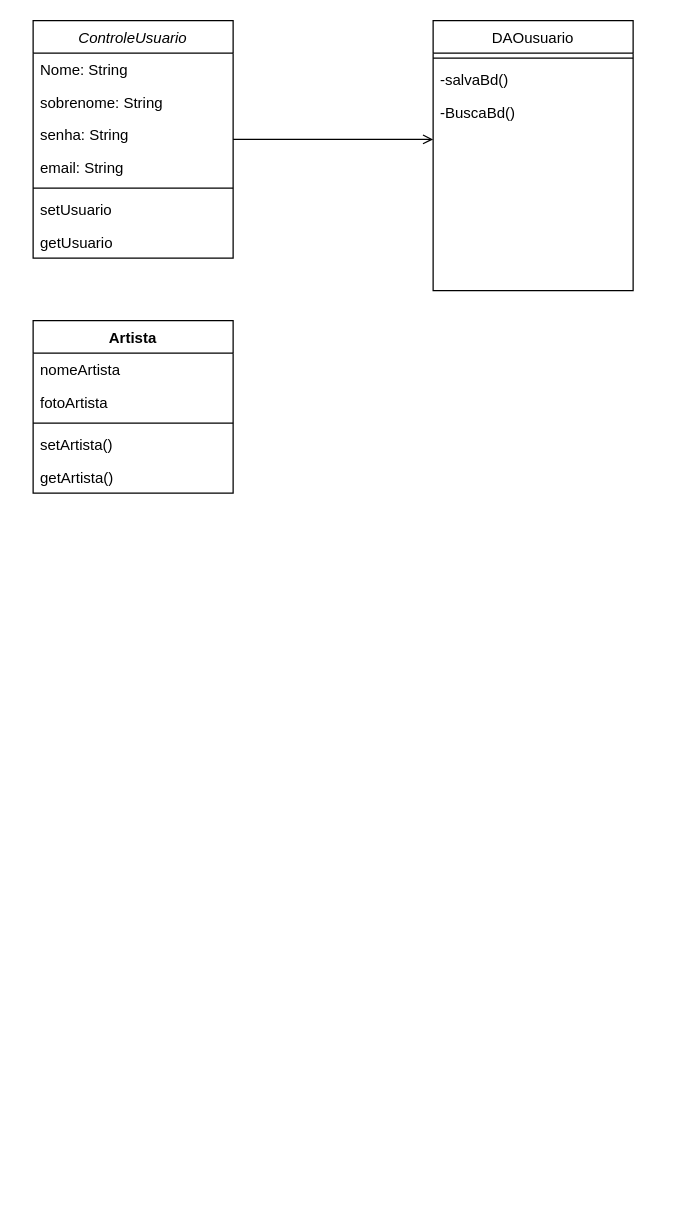
Earlier version of the draw.io diagram Untitled_Diagram.drawio (EAbeier/diagramacasouso). Source tidied: cells renumbered, new cells numbered last; positions are measured from the earlier drawing's top-left corner, leaving out a move shared by most shapes. Both pictures are drawn from the tidied source at 125%, with x=0, y=0 at pixel (32, 20).
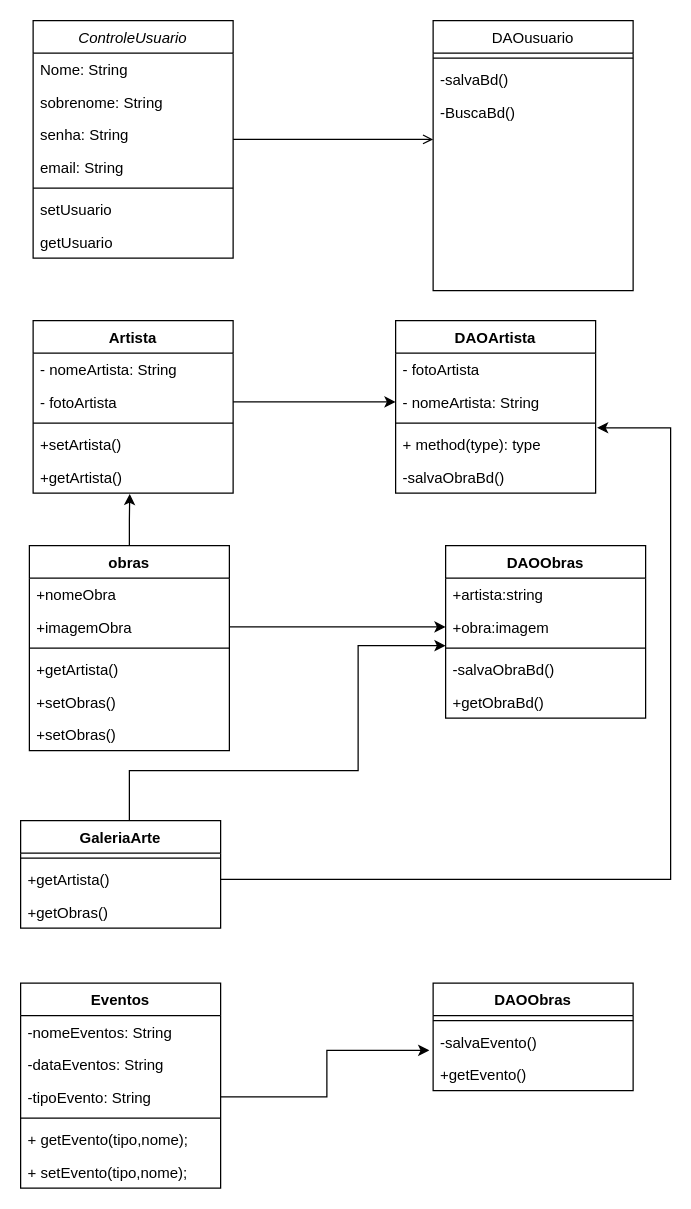
After the change.

The change refers to these unchanged cells:
```xml
<mxCell id="15" value="Artista" style="swimlane;fontStyle=1;align=center;verticalAlign=top;horizontal=1;startSize=26;" parent="1" vertex="1">
  <mxGeometry y="240" width="160" height="138" as="geometry" />
</mxCell>
```

The edit, as a diff of the source:
```diff
@@
-    <mxCell id="16" value="nomeArtista" style="text;strokeColor=none;fillColor=none;align=left;verticalAlign=top;spacingLeft=4;spacingRight=4;overflow=hidden;" parent="15" vertex="1">
+    <mxCell id="16" value="- nomeArtista: String" style="text;strokeColor=none;fillColor=none;align=left;verticalAlign=top;spacingLeft=4;spacingRight=4;overflow=hidden;" parent="15" vertex="1">
       <mxGeometry y="26" width="160" height="26" as="geometry" />
     </mxCell>
-    <mxCell id="17" value="fotoArtista" style="text;strokeColor=none;fillColor=none;align=left;verticalAlign=top;spacingLeft=4;spacingRight=4;overflow=hidden;" parent="15" vertex="1">
-      <mxGeometry y="52" width="160" height="26" as="geometry" />
-    </mxCell>
+    <mxCell id="21" value="- fotoArtista" style="text;strokeColor=none;fillColor=none;align=left;verticalAlign=top;spacingLeft=4;spacingRight=4;overflow=hidden;points=[[0,0.5],[1,0.5]];portConstraint=eastwest;" parent="15" vertex="1">
+      <mxGeometry y="52" width="160" height="26" as="geometry" />
+    </mxCell>
@@
-    <mxCell id="19" value="setArtista()" style="text;strokeColor=none;fillColor=none;align=left;verticalAlign=top;spacingLeft=4;spacingRight=4;overflow=hidden;" parent="15" vertex="1">
+    <mxCell id="19" value="+setArtista()" style="text;strokeColor=none;fillColor=none;align=left;verticalAlign=top;spacingLeft=4;spacingRight=4;overflow=hidden;" parent="15" vertex="1">
       <mxGeometry y="86" width="160" height="26" as="geometry" />
     </mxCell>
-    <mxCell id="20" value="getArtista()" style="text;strokeColor=none;fillColor=none;align=left;verticalAlign=top;spacingLeft=4;spacingRight=4;overflow=hidden;points=[[0,0.5],[1,0.5]];portConstraint=eastwest;" parent="15" vertex="1">
+    <mxCell id="20" value="+getArtista()" style="text;strokeColor=none;fillColor=none;align=left;verticalAlign=top;spacingLeft=4;spacingRight=4;overflow=hidden;points=[[0,0.5],[1,0.5]];portConstraint=eastwest;" parent="15" vertex="1">
       <mxGeometry y="112" width="160" height="26" as="geometry" />
     </mxCell>
+    <mxCell id="22" style="edgeStyle=orthogonalEdgeStyle;rounded=0;jettySize=auto;html=1;entryX=0.483;entryY=1.024;entryDx=0;entryDy=0;entryPerimeter=0;" parent="1" edge="1" source="23" target="20">
+      <mxGeometry relative="1" as="geometry" />
+    </mxCell>
+    <mxCell id="23" value="obras" style="swimlane;fontStyle=1;align=center;verticalAlign=top;horizontal=1;startSize=26;" parent="1" vertex="1">
+      <mxGeometry x="-3" y="420" width="160" height="164" as="geometry" />
+    </mxCell>
+    <mxCell id="24" value="+nomeObra" style="text;strokeColor=none;fillColor=none;align=left;verticalAlign=top;spacingLeft=4;spacingRight=4;overflow=hidden;" parent="23" vertex="1">
+      <mxGeometry y="26" width="160" height="26" as="geometry" />
+    </mxCell>
+    <mxCell id="25" value="+imagemObra" style="text;strokeColor=none;fillColor=none;align=left;verticalAlign=top;spacingLeft=4;spacingRight=4;overflow=hidden;points=[[0,0.5],[1,0.5]];portConstraint=eastwest;" parent="23" vertex="1">
+      <mxGeometry y="52" width="160" height="26" as="geometry" />
+    </mxCell>
+    <mxCell id="26" style="line;strokeWidth=1;fillColor=none;align=left;verticalAlign=middle;spacingTop=-1;spacingLeft=3;spacingRight=3;labelPosition=right;" parent="23" vertex="1">
+      <mxGeometry y="78" width="160" height="8" as="geometry" />
+    </mxCell>
+    <mxCell id="27" value="+getArtista()&#10;" style="text;strokeColor=none;fillColor=none;align=left;verticalAlign=top;spacingLeft=4;spacingRight=4;overflow=hidden;" parent="23" vertex="1">
+      <mxGeometry y="86" width="160" height="26" as="geometry" />
+    </mxCell>
+    <mxCell id="28" value="+setObras()" style="text;strokeColor=none;fillColor=none;align=left;verticalAlign=top;spacingLeft=4;spacingRight=4;overflow=hidden;" parent="23" vertex="1">
+      <mxGeometry y="112" width="160" height="26" as="geometry" />
+    </mxCell>
+    <mxCell id="29" value="+setObras()&#10;" style="text;strokeColor=none;fillColor=none;align=left;verticalAlign=top;spacingLeft=4;spacingRight=4;overflow=hidden;" parent="23" vertex="1">
+      <mxGeometry y="138" width="160" height="26" as="geometry" />
+    </mxCell>
+    <mxCell id="30" style="edgeStyle=orthogonalEdgeStyle;rounded=0;jettySize=auto;html=1;entryX=0;entryY=1.077;entryDx=0;entryDy=0;entryPerimeter=0;" parent="1" edge="1" source="38" target="44">
+      <mxGeometry relative="1" as="geometry">
+        <Array as="points">
+          <mxPoint x="77" y="600" />
+          <mxPoint x="260" y="600" />
+          <mxPoint x="260" y="500" />
+        </Array>
+      </mxGeometry>
+    </mxCell>
+    <mxCell id="31" style="edgeStyle=orthogonalEdgeStyle;rounded=0;jettySize=auto;html=1;" parent="1" edge="1" source="25" target="44">
+      <mxGeometry relative="1" as="geometry" />
+    </mxCell>
+    <mxCell id="32" style="edgeStyle=orthogonalEdgeStyle;rounded=0;jettySize=auto;html=1;" parent="1" edge="1" source="21" target="34">
+      <mxGeometry relative="1" as="geometry" />
+    </mxCell>
+    <mxCell id="33" value="DAOArtista" style="swimlane;fontStyle=1;align=center;verticalAlign=top;horizontal=1;startSize=26;" parent="1" vertex="1">
+      <mxGeometry x="290" y="240" width="160" height="138" as="geometry" />
+    </mxCell>
+    <mxCell id="17" value="- fotoArtista" style="text;strokeColor=none;fillColor=none;align=left;verticalAlign=top;spacingLeft=4;spacingRight=4;overflow=hidden;" parent="33" vertex="1">
+      <mxGeometry y="26" width="160" height="26" as="geometry" />
+    </mxCell>
+    <mxCell id="34" value="- nomeArtista: String" style="text;strokeColor=none;fillColor=none;align=left;verticalAlign=top;spacingLeft=4;spacingRight=4;overflow=hidden;points=[[0,0.5],[1,0.5]];portConstraint=eastwest;" parent="33" vertex="1">
+      <mxGeometry y="52" width="160" height="26" as="geometry" />
+    </mxCell>
+    <mxCell id="35" style="line;strokeWidth=1;fillColor=none;align=left;verticalAlign=middle;spacingTop=-1;spacingLeft=3;spacingRight=3;labelPosition=right;" parent="33" vertex="1">
+      <mxGeometry y="78" width="160" height="8" as="geometry" />
+    </mxCell>
+    <mxCell id="36" value="+ method(type): type" style="text;strokeColor=none;fillColor=none;align=left;verticalAlign=top;spacingLeft=4;spacingRight=4;overflow=hidden;points=[[0,0.5],[1,0.5]];portConstraint=eastwest;" parent="33" vertex="1">
+      <mxGeometry y="86" width="160" height="26" as="geometry" />
+    </mxCell>
+    <mxCell id="37" value="-salvaObraBd()" style="text;strokeColor=none;fillColor=none;align=left;verticalAlign=top;spacingLeft=4;spacingRight=4;overflow=hidden;" parent="33" vertex="1">
+      <mxGeometry y="112" width="160" height="26" as="geometry" />
+    </mxCell>
+    <mxCell id="38" value="GaleriaArte" style="swimlane;fontStyle=1;align=center;verticalAlign=top;horizontal=1;startSize=26;" parent="1" vertex="1">
+      <mxGeometry x="-10" y="640" width="160" height="86" as="geometry" />
+    </mxCell>
+    <mxCell id="39" style="line;strokeWidth=1;fillColor=none;align=left;verticalAlign=middle;spacingTop=-1;spacingLeft=3;spacingRight=3;labelPosition=right;" parent="38" vertex="1">
+      <mxGeometry y="26" width="160" height="8" as="geometry" />
+    </mxCell>
+    <mxCell id="40" value="+getArtista()" style="text;strokeColor=none;fillColor=none;align=left;verticalAlign=top;spacingLeft=4;spacingRight=4;overflow=hidden;points=[[0,0.5],[1,0.5]];portConstraint=eastwest;" parent="38" vertex="1">
+      <mxGeometry y="34" width="160" height="26" as="geometry" />
+    </mxCell>
+    <mxCell id="41" value="+getObras()" style="text;strokeColor=none;fillColor=none;align=left;verticalAlign=top;spacingLeft=4;spacingRight=4;overflow=hidden;" parent="38" vertex="1">
+      <mxGeometry y="60" width="160" height="26" as="geometry" />
+    </mxCell>
+    <mxCell id="42" value="DAOObras" style="swimlane;fontStyle=1;align=center;verticalAlign=top;horizontal=1;startSize=26;" parent="1" vertex="1">
+      <mxGeometry x="330" y="420" width="160" height="138" as="geometry" />
+    </mxCell>
+    <mxCell id="43" value="+artista:string" style="text;strokeColor=none;fillColor=none;align=left;verticalAlign=top;spacingLeft=4;spacingRight=4;overflow=hidden;" parent="42" vertex="1">
+      <mxGeometry y="26" width="160" height="26" as="geometry" />
+    </mxCell>
+    <mxCell id="44" value="+obra:imagem" style="text;strokeColor=none;fillColor=none;align=left;verticalAlign=top;spacingLeft=4;spacingRight=4;overflow=hidden;points=[[0,0.5],[1,0.5]];portConstraint=eastwest;" parent="42" vertex="1">
+      <mxGeometry y="52" width="160" height="26" as="geometry" />
+    </mxCell>
+    <mxCell id="45" style="line;strokeWidth=1;fillColor=none;align=left;verticalAlign=middle;spacingTop=-1;spacingLeft=3;spacingRight=3;labelPosition=right;" parent="42" vertex="1">
+      <mxGeometry y="78" width="160" height="8" as="geometry" />
+    </mxCell>
+    <mxCell id="46" value="-salvaObraBd()" style="text;strokeColor=none;fillColor=none;align=left;verticalAlign=top;spacingLeft=4;spacingRight=4;overflow=hidden;" parent="42" vertex="1">
+      <mxGeometry y="86" width="160" height="26" as="geometry" />
+    </mxCell>
+    <mxCell id="47" value="+getObraBd()" style="text;strokeColor=none;fillColor=none;align=left;verticalAlign=top;spacingLeft=4;spacingRight=4;overflow=hidden;" parent="42" vertex="1">
+      <mxGeometry y="112" width="160" height="26" as="geometry" />
+    </mxCell>
+    <mxCell id="48" value="Eventos" style="swimlane;fontStyle=1;align=center;verticalAlign=top;horizontal=1;startSize=26;" parent="1" vertex="1">
+      <mxGeometry x="-10" y="770" width="160" height="164" as="geometry" />
+    </mxCell>
+    <mxCell id="49" value="-nomeEventos: String" style="text;strokeColor=none;fillColor=none;align=left;verticalAlign=top;spacingLeft=4;spacingRight=4;overflow=hidden;" parent="48" vertex="1">
+      <mxGeometry y="26" width="160" height="26" as="geometry" />
+    </mxCell>
+    <mxCell id="50" value="-dataEventos: String" style="text;strokeColor=none;fillColor=none;align=left;verticalAlign=top;spacingLeft=4;spacingRight=4;overflow=hidden;" parent="48" vertex="1">
+      <mxGeometry y="52" width="160" height="26" as="geometry" />
+    </mxCell>
+    <mxCell id="51" value="-tipoEvento: String" style="text;strokeColor=none;fillColor=none;align=left;verticalAlign=top;spacingLeft=4;spacingRight=4;overflow=hidden;points=[[0,0.5],[1,0.5]];portConstraint=eastwest;" parent="48" vertex="1">
+      <mxGeometry y="78" width="160" height="26" as="geometry" />
+    </mxCell>
+    <mxCell id="52" style="line;strokeWidth=1;fillColor=none;align=left;verticalAlign=middle;spacingTop=-1;spacingLeft=3;spacingRight=3;labelPosition=right;" parent="48" vertex="1">
+      <mxGeometry y="104" width="160" height="8" as="geometry" />
+    </mxCell>
+    <mxCell id="53" value="+ getEvento(tipo,nome);" style="text;strokeColor=none;fillColor=none;align=left;verticalAlign=top;spacingLeft=4;spacingRight=4;overflow=hidden;" parent="48" vertex="1">
+      <mxGeometry y="112" width="160" height="26" as="geometry" />
+    </mxCell>
+    <mxCell id="54" value="+ setEvento(tipo,nome);" style="text;strokeColor=none;fillColor=none;align=left;verticalAlign=top;spacingLeft=4;spacingRight=4;overflow=hidden;" parent="48" vertex="1">
+      <mxGeometry y="138" width="160" height="26" as="geometry" />
+    </mxCell>
+    <mxCell id="55" value="DAOObras" style="swimlane;fontStyle=1;align=center;verticalAlign=top;horizontal=1;startSize=26;" parent="1" vertex="1">
+      <mxGeometry x="320" y="770" width="160" height="86" as="geometry" />
+    </mxCell>
+    <mxCell id="56" style="line;strokeWidth=1;fillColor=none;align=left;verticalAlign=middle;spacingTop=-1;spacingLeft=3;spacingRight=3;labelPosition=right;" parent="55" vertex="1">
+      <mxGeometry y="26" width="160" height="8" as="geometry" />
+    </mxCell>
+    <mxCell id="57" value="-salvaEvento()" style="text;strokeColor=none;fillColor=none;align=left;verticalAlign=top;spacingLeft=4;spacingRight=4;overflow=hidden;points=[[0,0.5],[1,0.5]];portConstraint=eastwest;" parent="55" vertex="1">
+      <mxGeometry y="34" width="160" height="26" as="geometry" />
+    </mxCell>
+    <mxCell id="58" value="+getEvento()" style="text;strokeColor=none;fillColor=none;align=left;verticalAlign=top;spacingLeft=4;spacingRight=4;overflow=hidden;" parent="55" vertex="1">
+      <mxGeometry y="60" width="160" height="26" as="geometry" />
+    </mxCell>
+    <mxCell id="59" style="edgeStyle=orthogonalEdgeStyle;rounded=0;jettySize=auto;html=1;entryX=-0.019;entryY=0.761;entryDx=0;entryDy=0;entryPerimeter=0;" parent="1" edge="1" source="51" target="57">
+      <mxGeometry relative="1" as="geometry" />
+    </mxCell>
+    <mxCell id="60" style="edgeStyle=orthogonalEdgeStyle;rounded=0;jettySize=auto;html=1;entryX=1.007;entryY=-0.009;entryDx=0;entryDy=0;entryPerimeter=0;" parent="1" edge="1" source="40" target="36">
+      <mxGeometry relative="1" as="geometry">
+        <Array as="points">
+          <mxPoint x="510" y="687" />
+          <mxPoint x="510" y="326" />
+        </Array>
+      </mxGeometry>
+    </mxCell>
```
